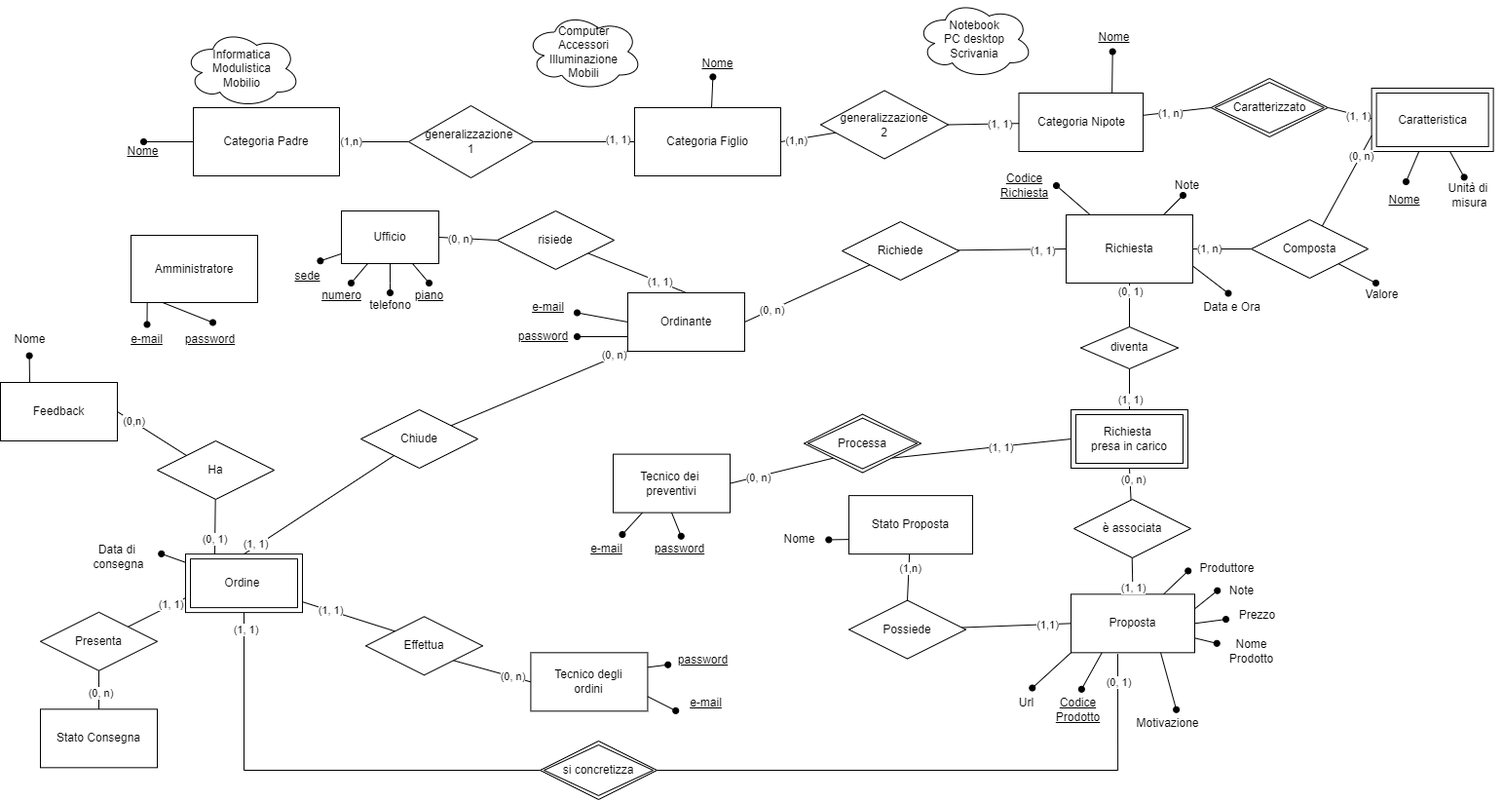
Before: docs/ERR_WE.drawio.png, a diagram exported from draw.io (Mik1810/web_engineering). Source tidied: cells renumbered, new cells last; positions are measured from the earlier drawing's top-left corner, leaving out a move shared by most shapes.
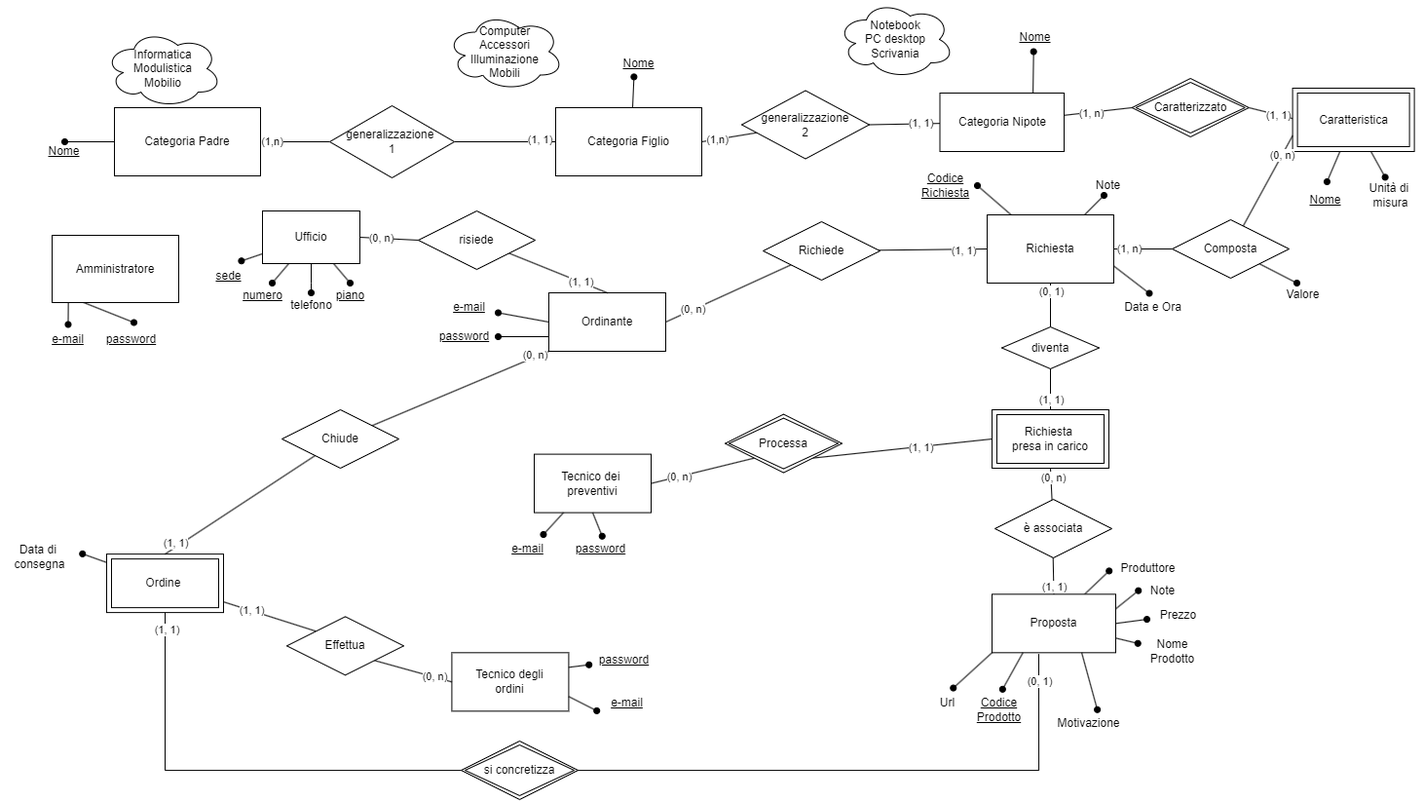
Above is the later version.

What changed in the source:
```diff
@@ -434,71 +434,5 @@
     <mxCell id="135" value="risiede" style="shape=rhombus;perimeter=rhombusPerimeter;whiteSpace=wrap;html=1;align=center;" parent="1" vertex="1">
       <mxGeometry x="510" y="216" width="120" height="60" as="geometry" />
     </mxCell>
-    <mxCell id="136" style="rounded=0;jettySize=auto;html=1;entryX=0;entryY=0;entryDx=0;entryDy=0;endArrow=none;endFill=0;exitX=1;exitY=0.5;exitDx=0;exitDy=0;" parent="1" edge="1" source="138" target="141">
-      <mxGeometry relative="1" as="geometry" />
-    </mxCell>
-    <mxCell id="137" value="(0,n)" style="edgeLabel;html=1;align=center;verticalAlign=middle;" parent="136" vertex="1">
-      <mxGeometry x="-0.59" y="1" relative="1" as="geometry" />
-    </mxCell>
-    <mxCell id="138" value="Feedback" style="rounded=0;whiteSpace=wrap;html=1;" parent="1" vertex="1">
-      <mxGeometry y="392" width="120" height="60" as="geometry" />
-    </mxCell>
-    <mxCell id="139" style="rounded=0;jettySize=auto;html=1;entryX=0.25;entryY=0;entryDx=0;entryDy=0;endArrow=none;endFill=0;" parent="1" edge="1" source="141" target="80">
-      <mxGeometry relative="1" as="geometry" />
-    </mxCell>
-    <mxCell id="140" value="(0, 1)" style="edgeLabel;html=1;align=center;verticalAlign=middle;" parent="139" vertex="1">
-      <mxGeometry x="0.41" y="-1" relative="1" as="geometry" />
-    </mxCell>
-    <mxCell id="141" value="Ha" style="shape=rhombus;perimeter=rhombusPerimeter;whiteSpace=wrap;html=1;align=center;" parent="1" vertex="1">
-      <mxGeometry x="161" y="452" width="120" height="60" as="geometry" />
-    </mxCell>
-    <mxCell id="142" value="Stato Consegna" style="rounded=0;whiteSpace=wrap;html=1;" parent="1" vertex="1">
-      <mxGeometry x="41" y="727.3" width="120" height="60" as="geometry" />
-    </mxCell>
-    <mxCell id="143" style="rounded=0;jettySize=auto;html=1;entryX=0;entryY=0.75;entryDx=0;entryDy=0;endArrow=none;endFill=0;" parent="1" edge="1" source="147" target="80">
-      <mxGeometry relative="1" as="geometry" />
-    </mxCell>
-    <mxCell id="144" value="(1, 1)" style="edgeLabel;html=1;align=center;verticalAlign=middle;" parent="143" vertex="1">
-      <mxGeometry x="0.48" y="2" relative="1" as="geometry" />
-    </mxCell>
-    <mxCell id="145" style="rounded=0;jettySize=auto;html=1;entryX=0.5;entryY=0;entryDx=0;entryDy=0;endArrow=none;endFill=0;" parent="1" edge="1" source="147" target="142">
-      <mxGeometry relative="1" as="geometry" />
-    </mxCell>
-    <mxCell id="146" value="(0, n)" style="edgeLabel;html=1;align=center;verticalAlign=middle;" parent="145" vertex="1">
-      <mxGeometry x="0.14" y="1" relative="1" as="geometry" />
-    </mxCell>
-    <mxCell id="147" value="Presenta" style="shape=rhombus;perimeter=rhombusPerimeter;whiteSpace=wrap;html=1;align=center;" parent="1" vertex="1">
-      <mxGeometry x="41" y="627.8" width="120" height="60" as="geometry" />
-    </mxCell>
-    <mxCell id="148" style="rounded=0;jettySize=auto;html=1;entryX=0.5;entryY=0;entryDx=0;entryDy=0;endArrow=none;endFill=0;" parent="1" edge="1" source="150" target="153">
-      <mxGeometry relative="1" as="geometry" />
-    </mxCell>
-    <mxCell id="149" value="(1,n)" style="edgeLabel;html=1;align=center;verticalAlign=middle;" parent="148" vertex="1">
-      <mxGeometry x="-0.47" relative="1" as="geometry" />
-    </mxCell>
-    <mxCell id="150" value="Stato Proposta" style="rounded=0;whiteSpace=wrap;html=1;" parent="1" vertex="1">
-      <mxGeometry x="871" y="508.1" width="127" height="60" as="geometry" />
-    </mxCell>
-    <mxCell id="151" style="rounded=0;jettySize=auto;html=1;entryX=0;entryY=0.5;entryDx=0;entryDy=0;endArrow=none;endFill=0;" parent="1" edge="1" source="153" target="32">
-      <mxGeometry relative="1" as="geometry" />
-    </mxCell>
-    <mxCell id="152" value="(1,1)" style="edgeLabel;html=1;align=center;verticalAlign=middle;" parent="151" vertex="1">
-      <mxGeometry x="0.55" relative="1" as="geometry" />
-    </mxCell>
-    <mxCell id="153" value="Possiede" style="shape=rhombus;perimeter=rhombusPerimeter;whiteSpace=wrap;html=1;align=center;" parent="1" vertex="1">
-      <mxGeometry x="871" y="615.6" width="120" height="60" as="geometry" />
-    </mxCell>
-    <mxCell id="154" value="Nome" style="text;html=1;align=center;verticalAlign=middle;points=[];strokeColor=none;fillColor=none;" parent="1" vertex="1">
-      <mxGeometry y="332.5" width="60" height="30" as="geometry" />
-    </mxCell>
-    <mxCell id="155" style="rounded=0;jettySize=auto;html=1;endArrow=oval;endFill=1;exitX=0.25;exitY=0;exitDx=0;exitDy=0;entryX=0.494;entryY=1.069;entryDx=0;entryDy=0;entryPerimeter=0;" parent="1" edge="1" source="138" target="154">
-      <mxGeometry relative="1" as="geometry" />
-    </mxCell>
-    <mxCell id="156" value="Nome" style="text;html=1;align=center;verticalAlign=middle;points=[];strokeColor=none;fillColor=none;" parent="1" vertex="1">
-      <mxGeometry x="790" y="538.1" width="60" height="30" as="geometry" />
-    </mxCell>
-    <mxCell id="157" style="rounded=0;jettySize=auto;html=1;endArrow=oval;endFill=1;exitX=0;exitY=0.75;exitDx=0;exitDy=0;entryX=1.005;entryY=0.511;entryDx=0;entryDy=0;entryPerimeter=0;" parent="1" edge="1" source="150" target="156">
-      <mxGeometry relative="1" as="geometry" />
-    </mxCell>
   </root>
 </mxGraphModel>
```
